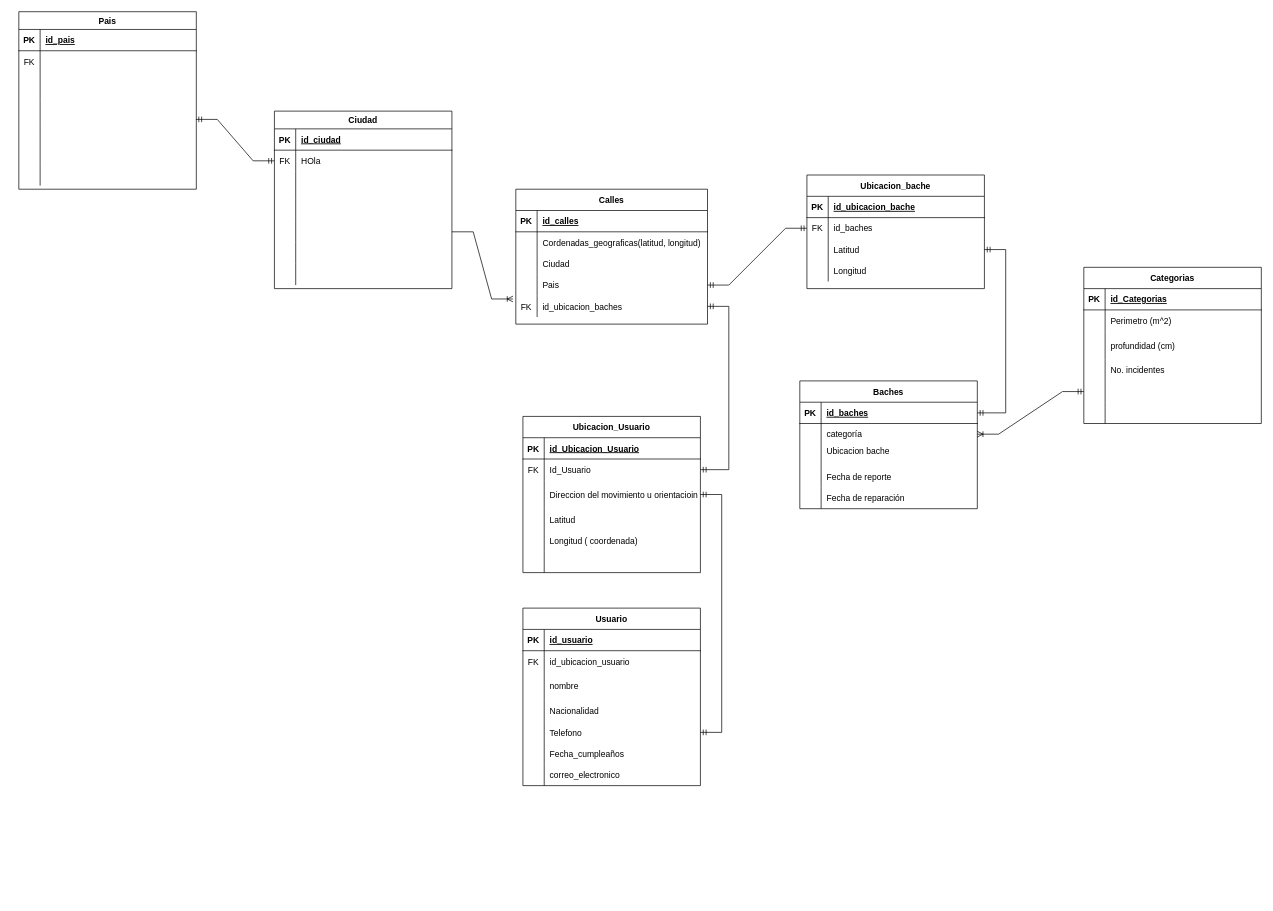
josearpa123/Movilidad-ubanaBD keeps this draw.io diagram as MER/Diagrama sin título.drawio. Above is the earlier version. Source tidied: cells renumbered, new cells numbered last; positions are measured from the earlier drawing's top-left corner, leaving out a move shared by most shapes. Both pictures are drawn from the tidied source at 71%, with x=0, y=0 at pixel (18, 11).
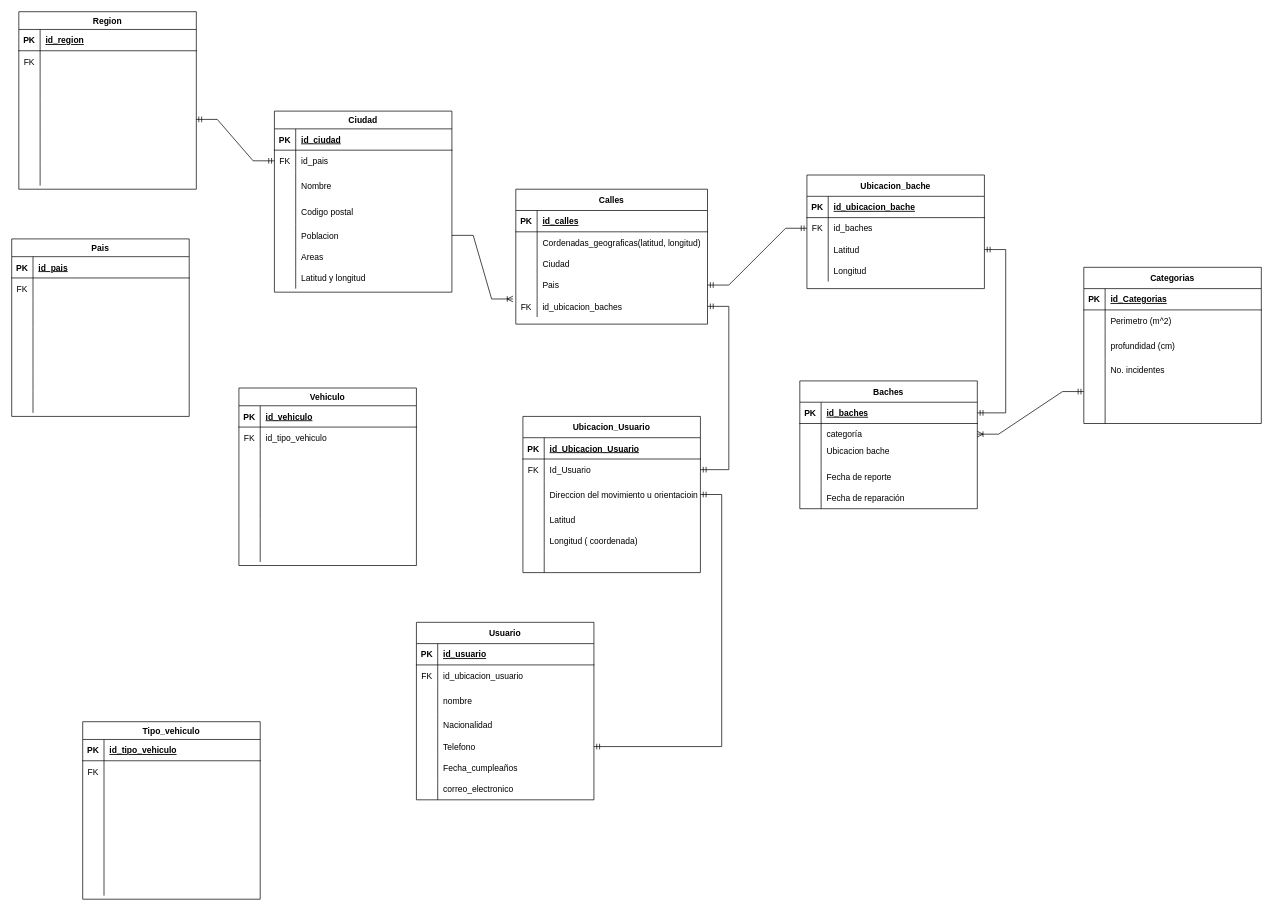
Above is the later version.

Commit message:
Introduccion de nuevas clases

The change refers to these unchanged cells:
```xml
<mxCell id="115" style="shape=partialRectangle;fillColor=none;points=[[0,0.5],[1,0.5]];portConstraint=eastwest;top=0;left=0;right=0;bottom=0;" parent="111" vertex="1">
  <mxGeometry y="55" width="250" height="30" as="geometry" />
</mxCell>
<mxCell id="118" style="shape=partialRectangle;fillColor=none;top=0;left=0;right=0;bottom=0;" parent="111" vertex="1">
  <mxGeometry y="85" width="250" height="40" as="geometry" />
</mxCell>
<mxCell id="134" style="shape=partialRectangle;fillColor=none;top=0;left=0;right=0;bottom=1;" parent="133" vertex="1">
  <mxGeometry y="25" width="250" height="30" as="geometry" />
</mxCell>
```

What changed in the source:
```diff
@@
     <mxCell id="88" value="Usuario" style="shape=table;startSize=30;childLayout=tableLayout;rowLines=0;fontStyle=1;align=center;" parent="1" vertex="1">
-      <mxGeometry x="710" y="840" width="250" height="250" as="geometry" />
+      <mxGeometry x="560" y="860" width="250" height="250" as="geometry" />
     </mxCell>
@@
     <mxCell id="111" value="Ciudad" style="shape=table;startSize=25;childLayout=tableLayout;rowLines=0;fontStyle=1;align=center;" parent="1" vertex="1">
-      <mxGeometry x="360" y="140" width="250" height="250" as="geometry" />
+      <mxGeometry x="360" y="140" width="250" height="255" as="geometry" />
     </mxCell>
@@
-    <mxCell id="117" value="HOla" style="shape=partialRectangle;overflow=hidden;fillColor=none;top=0;left=0;bottom=0;right=0;align=left;spacingLeft=6;" parent="115" vertex="1">
+    <mxCell id="117" value="id_pais" style="shape=partialRectangle;overflow=hidden;fillColor=none;top=0;left=0;bottom=0;right=0;align=left;spacingLeft=6;" parent="115" vertex="1">
       <mxGeometry x="30" width="220" height="30" as="geometry" />
     </mxCell>
@@
-    <mxCell id="120" style="shape=partialRectangle;overflow=hidden;fillColor=none;top=0;left=0;bottom=0;right=0;align=left;spacingLeft=6;" parent="118" vertex="1">
+    <mxCell id="120" value="Nombre" style="shape=partialRectangle;overflow=hidden;fillColor=none;top=0;left=0;bottom=0;right=0;align=left;spacingLeft=6;" parent="118" vertex="1">
       <mxGeometry x="30" width="220" height="40" as="geometry" />
     </mxCell>
     <mxCell id="121" style="shape=partialRectangle;fillColor=none;top=0;left=0;right=0;bottom=0;" parent="111" vertex="1">
-      <mxGeometry y="125" width="250" height="30" as="geometry" />
+      <mxGeometry y="125" width="250" height="35" as="geometry" />
     </mxCell>
     <mxCell id="122" style="shape=partialRectangle;overflow=hidden;fillColor=none;top=0;left=0;bottom=0;right=0;" parent="121" vertex="1">
-      <mxGeometry width="30" height="30" as="geometry" />
+      <mxGeometry width="30" height="35" as="geometry" />
     </mxCell>
-    <mxCell id="123" style="shape=partialRectangle;overflow=hidden;fillColor=none;top=0;left=0;bottom=0;right=0;align=left;spacingLeft=6;" parent="121" vertex="1">
-      <mxGeometry x="30" width="220" height="30" as="geometry" />
+    <mxCell id="123" value="Codigo postal" style="shape=partialRectangle;overflow=hidden;fillColor=none;top=0;left=0;bottom=0;right=0;align=left;spacingLeft=6;" parent="121" vertex="1">
+      <mxGeometry x="30" width="220" height="35" as="geometry" />
     </mxCell>
     <mxCell id="124" style="shape=partialRectangle;fillColor=none;points=[[0,0.5],[1,0.5]];portConstraint=eastwest;top=0;left=0;right=0;bottom=0;" parent="111" vertex="1">
-      <mxGeometry y="155" width="250" height="30" as="geometry" />
+      <mxGeometry y="160" width="250" height="30" as="geometry" />
     </mxCell>
@@
-    <mxCell id="126" style="shape=partialRectangle;overflow=hidden;fillColor=none;top=0;left=0;bottom=0;right=0;align=left;spacingLeft=6;" parent="124" vertex="1">
+    <mxCell id="126" value="Poblacion" style="shape=partialRectangle;overflow=hidden;fillColor=none;top=0;left=0;bottom=0;right=0;align=left;spacingLeft=6;" parent="124" vertex="1">
       <mxGeometry x="30" width="220" height="30" as="geometry" />
     </mxCell>
     <mxCell id="127" style="shape=partialRectangle;fillColor=none;top=0;left=0;right=0;bottom=0;" parent="111" vertex="1">
-      <mxGeometry y="185" width="250" height="30" as="geometry" />
+      <mxGeometry y="190" width="250" height="30" as="geometry" />
     </mxCell>
@@
-    <mxCell id="129" style="shape=partialRectangle;overflow=hidden;fillColor=none;top=0;left=0;bottom=0;right=0;align=left;spacingLeft=6;" parent="127" vertex="1">
+    <mxCell id="129" value="Areas" style="shape=partialRectangle;overflow=hidden;fillColor=none;top=0;left=0;bottom=0;right=0;align=left;spacingLeft=6;" parent="127" vertex="1">
       <mxGeometry x="30" width="220" height="30" as="geometry" />
     </mxCell>
     <mxCell id="130" style="shape=partialRectangle;fillColor=none;top=0;left=0;right=0;bottom=0;" parent="111" vertex="1">
-      <mxGeometry y="215" width="250" height="30" as="geometry" />
+      <mxGeometry y="220" width="250" height="30" as="geometry" />
     </mxCell>
@@
-    <mxCell id="132" style="shape=partialRectangle;overflow=hidden;fillColor=none;top=0;left=0;bottom=0;right=0;align=left;spacingLeft=6;" parent="130" vertex="1">
+    <mxCell id="132" value="Latitud y longitud" style="shape=partialRectangle;overflow=hidden;fillColor=none;top=0;left=0;bottom=0;right=0;align=left;spacingLeft=6;" parent="130" vertex="1">
       <mxGeometry x="30" width="220" height="30" as="geometry" />
     </mxCell>
-    <mxCell id="133" value="Pais" style="shape=table;startSize=25;childLayout=tableLayout;rowLines=0;fontStyle=1;align=center;" parent="1" vertex="1">
+    <mxCell id="133" value="Region" style="shape=table;startSize=25;childLayout=tableLayout;rowLines=0;fontStyle=1;align=center;" parent="1" vertex="1">
       <mxGeometry width="250" height="250" as="geometry" />
     </mxCell>
@@
-    <mxCell id="136" value="id_pais" style="shape=partialRectangle;overflow=hidden;fillColor=none;top=0;left=0;bottom=0;right=0;align=left;spacingLeft=6;fontStyle=5;" parent="134" vertex="1">
+    <mxCell id="136" value="id_region" style="shape=partialRectangle;overflow=hidden;fillColor=none;top=0;left=0;bottom=0;right=0;align=left;spacingLeft=6;fontStyle=5;" parent="134" vertex="1">
       <mxGeometry x="30" width="220" height="30" as="geometry" />
     </mxCell>
@@
+    <mxCell id="158" value="Vehiculo" style="shape=table;startSize=25;childLayout=tableLayout;rowLines=0;fontStyle=1;align=center;" parent="1" vertex="1">
+      <mxGeometry x="310" y="530" width="250" height="250" as="geometry" />
+    </mxCell>
+    <mxCell id="159" style="shape=partialRectangle;fillColor=none;top=0;left=0;right=0;bottom=1;" parent="158" vertex="1">
+      <mxGeometry y="25" width="250" height="30" as="geometry" />
+    </mxCell>
+    <mxCell id="160" value="PK" style="shape=partialRectangle;overflow=hidden;fillColor=none;top=0;left=0;bottom=0;right=0;fontStyle=1;" parent="159" vertex="1">
+      <mxGeometry width="30" height="30" as="geometry" />
+    </mxCell>
+    <mxCell id="161" value="id_vehiculo" style="shape=partialRectangle;overflow=hidden;fillColor=none;top=0;left=0;bottom=0;right=0;align=left;spacingLeft=6;fontStyle=5;" parent="159" vertex="1">
+      <mxGeometry x="30" width="220" height="30" as="geometry" />
+    </mxCell>
+    <mxCell id="162" style="shape=partialRectangle;fillColor=none;top=0;left=0;right=0;bottom=0;" parent="158" vertex="1">
+      <mxGeometry y="55" width="250" height="30" as="geometry" />
+    </mxCell>
+    <mxCell id="163" value="FK" style="shape=partialRectangle;overflow=hidden;fillColor=none;top=0;left=0;bottom=0;right=0;" parent="162" vertex="1">
+      <mxGeometry width="30" height="30" as="geometry" />
+    </mxCell>
+    <mxCell id="164" value="id_tipo_vehiculo" style="shape=partialRectangle;overflow=hidden;fillColor=none;top=0;left=0;bottom=0;right=0;align=left;spacingLeft=6;" parent="162" vertex="1">
+      <mxGeometry x="30" width="220" height="30" as="geometry" />
+    </mxCell>
+    <mxCell id="165" style="shape=partialRectangle;fillColor=none;top=0;left=0;right=0;bottom=0;" parent="158" vertex="1">
+      <mxGeometry y="85" width="250" height="40" as="geometry" />
+    </mxCell>
+    <mxCell id="166" style="shape=partialRectangle;overflow=hidden;fillColor=none;top=0;left=0;bottom=0;right=0;" parent="165" vertex="1">
+      <mxGeometry width="30" height="40" as="geometry" />
+    </mxCell>
+    <mxCell id="167" style="shape=partialRectangle;overflow=hidden;fillColor=none;top=0;left=0;bottom=0;right=0;align=left;spacingLeft=6;" parent="165" vertex="1">
+      <mxGeometry x="30" width="220" height="40" as="geometry" />
+    </mxCell>
+    <mxCell id="168" style="shape=partialRectangle;fillColor=none;top=0;left=0;right=0;bottom=0;" parent="158" vertex="1">
+      <mxGeometry y="125" width="250" height="30" as="geometry" />
+    </mxCell>
+    <mxCell id="169" style="shape=partialRectangle;overflow=hidden;fillColor=none;top=0;left=0;bottom=0;right=0;" parent="168" vertex="1">
+      <mxGeometry width="30" height="30" as="geometry" />
+    </mxCell>
+    <mxCell id="170" style="shape=partialRectangle;overflow=hidden;fillColor=none;top=0;left=0;bottom=0;right=0;align=left;spacingLeft=6;" parent="168" vertex="1">
+      <mxGeometry x="30" width="220" height="30" as="geometry" />
+    </mxCell>
+    <mxCell id="171" style="shape=partialRectangle;fillColor=none;top=0;left=0;right=0;bottom=0;" parent="158" vertex="1">
+      <mxGeometry y="155" width="250" height="30" as="geometry" />
+    </mxCell>
+    <mxCell id="172" style="shape=partialRectangle;overflow=hidden;fillColor=none;top=0;left=0;bottom=0;right=0;" parent="171" vertex="1">
+      <mxGeometry width="30" height="30" as="geometry" />
+    </mxCell>
+    <mxCell id="173" style="shape=partialRectangle;overflow=hidden;fillColor=none;top=0;left=0;bottom=0;right=0;align=left;spacingLeft=6;" parent="171" vertex="1">
+      <mxGeometry x="30" width="220" height="30" as="geometry" />
+    </mxCell>
+    <mxCell id="174" style="shape=partialRectangle;fillColor=none;top=0;left=0;right=0;bottom=0;" parent="158" vertex="1">
+      <mxGeometry y="185" width="250" height="30" as="geometry" />
+    </mxCell>
+    <mxCell id="175" style="shape=partialRectangle;overflow=hidden;fillColor=none;top=0;left=0;bottom=0;right=0;" parent="174" vertex="1">
+      <mxGeometry width="30" height="30" as="geometry" />
+    </mxCell>
+    <mxCell id="176" style="shape=partialRectangle;overflow=hidden;fillColor=none;top=0;left=0;bottom=0;right=0;align=left;spacingLeft=6;" parent="174" vertex="1">
+      <mxGeometry x="30" width="220" height="30" as="geometry" />
+    </mxCell>
+    <mxCell id="177" style="shape=partialRectangle;fillColor=none;top=0;left=0;right=0;bottom=0;" parent="158" vertex="1">
+      <mxGeometry y="215" width="250" height="30" as="geometry" />
+    </mxCell>
+    <mxCell id="178" style="shape=partialRectangle;overflow=hidden;fillColor=none;top=0;left=0;bottom=0;right=0;" parent="177" vertex="1">
+      <mxGeometry width="30" height="30" as="geometry" />
+    </mxCell>
+    <mxCell id="179" style="shape=partialRectangle;overflow=hidden;fillColor=none;top=0;left=0;bottom=0;right=0;align=left;spacingLeft=6;" parent="177" vertex="1">
+      <mxGeometry x="30" width="220" height="30" as="geometry" />
+    </mxCell>
+    <mxCell id="180" value="Tipo_vehiculo" style="shape=table;startSize=25;childLayout=tableLayout;rowLines=0;fontStyle=1;align=center;" parent="1" vertex="1">
+      <mxGeometry x="90" y="1000" width="250" height="250" as="geometry" />
+    </mxCell>
+    <mxCell id="181" style="shape=partialRectangle;fillColor=none;top=0;left=0;right=0;bottom=1;" parent="180" vertex="1">
+      <mxGeometry y="25" width="250" height="30" as="geometry" />
+    </mxCell>
+    <mxCell id="182" value="PK" style="shape=partialRectangle;overflow=hidden;fillColor=none;top=0;left=0;bottom=0;right=0;fontStyle=1;" parent="181" vertex="1">
+      <mxGeometry width="30" height="30" as="geometry" />
+    </mxCell>
+    <mxCell id="183" value="id_tipo_vehiculo" style="shape=partialRectangle;overflow=hidden;fillColor=none;top=0;left=0;bottom=0;right=0;align=left;spacingLeft=6;fontStyle=5;" parent="181" vertex="1">
+      <mxGeometry x="30" width="220" height="30" as="geometry" />
+    </mxCell>
+    <mxCell id="184" style="shape=partialRectangle;fillColor=none;top=0;left=0;right=0;bottom=0;" parent="180" vertex="1">
+      <mxGeometry y="55" width="250" height="30" as="geometry" />
+    </mxCell>
+    <mxCell id="185" value="FK" style="shape=partialRectangle;overflow=hidden;fillColor=none;top=0;left=0;bottom=0;right=0;" parent="184" vertex="1">
+      <mxGeometry width="30" height="30" as="geometry" />
+    </mxCell>
+    <mxCell id="186" style="shape=partialRectangle;overflow=hidden;fillColor=none;top=0;left=0;bottom=0;right=0;align=left;spacingLeft=6;" parent="184" vertex="1">
+      <mxGeometry x="30" width="220" height="30" as="geometry" />
+    </mxCell>
+    <mxCell id="187" style="shape=partialRectangle;fillColor=none;top=0;left=0;right=0;bottom=0;" parent="180" vertex="1">
+      <mxGeometry y="85" width="250" height="40" as="geometry" />
+    </mxCell>
+    <mxCell id="188" style="shape=partialRectangle;overflow=hidden;fillColor=none;top=0;left=0;bottom=0;right=0;" parent="187" vertex="1">
+      <mxGeometry width="30" height="40" as="geometry" />
+    </mxCell>
+    <mxCell id="189" style="shape=partialRectangle;overflow=hidden;fillColor=none;top=0;left=0;bottom=0;right=0;align=left;spacingLeft=6;" parent="187" vertex="1">
+      <mxGeometry x="30" width="220" height="40" as="geometry" />
+    </mxCell>
+    <mxCell id="190" style="shape=partialRectangle;fillColor=none;top=0;left=0;right=0;bottom=0;" parent="180" vertex="1">
+      <mxGeometry y="125" width="250" height="30" as="geometry" />
+    </mxCell>
+    <mxCell id="191" style="shape=partialRectangle;overflow=hidden;fillColor=none;top=0;left=0;bottom=0;right=0;" parent="190" vertex="1">
+      <mxGeometry width="30" height="30" as="geometry" />
+    </mxCell>
+    <mxCell id="192" style="shape=partialRectangle;overflow=hidden;fillColor=none;top=0;left=0;bottom=0;right=0;align=left;spacingLeft=6;" parent="190" vertex="1">
+      <mxGeometry x="30" width="220" height="30" as="geometry" />
+    </mxCell>
+    <mxCell id="193" style="shape=partialRectangle;fillColor=none;top=0;left=0;right=0;bottom=0;" parent="180" vertex="1">
+      <mxGeometry y="155" width="250" height="30" as="geometry" />
+    </mxCell>
+    <mxCell id="194" style="shape=partialRectangle;overflow=hidden;fillColor=none;top=0;left=0;bottom=0;right=0;" parent="193" vertex="1">
+      <mxGeometry width="30" height="30" as="geometry" />
+    </mxCell>
+    <mxCell id="195" style="shape=partialRectangle;overflow=hidden;fillColor=none;top=0;left=0;bottom=0;right=0;align=left;spacingLeft=6;" parent="193" vertex="1">
+      <mxGeometry x="30" width="220" height="30" as="geometry" />
+    </mxCell>
+    <mxCell id="196" style="shape=partialRectangle;fillColor=none;top=0;left=0;right=0;bottom=0;" parent="180" vertex="1">
+      <mxGeometry y="185" width="250" height="30" as="geometry" />
+    </mxCell>
+    <mxCell id="197" style="shape=partialRectangle;overflow=hidden;fillColor=none;top=0;left=0;bottom=0;right=0;" parent="196" vertex="1">
+      <mxGeometry width="30" height="30" as="geometry" />
+    </mxCell>
+    <mxCell id="198" style="shape=partialRectangle;overflow=hidden;fillColor=none;top=0;left=0;bottom=0;right=0;align=left;spacingLeft=6;" parent="196" vertex="1">
+      <mxGeometry x="30" width="220" height="30" as="geometry" />
+    </mxCell>
+    <mxCell id="199" style="shape=partialRectangle;fillColor=none;top=0;left=0;right=0;bottom=0;" parent="180" vertex="1">
+      <mxGeometry y="215" width="250" height="30" as="geometry" />
+    </mxCell>
+    <mxCell id="200" style="shape=partialRectangle;overflow=hidden;fillColor=none;top=0;left=0;bottom=0;right=0;" parent="199" vertex="1">
+      <mxGeometry width="30" height="30" as="geometry" />
+    </mxCell>
+    <mxCell id="201" style="shape=partialRectangle;overflow=hidden;fillColor=none;top=0;left=0;bottom=0;right=0;align=left;spacingLeft=6;" parent="199" vertex="1">
+      <mxGeometry x="30" width="220" height="30" as="geometry" />
+    </mxCell>
+    <mxCell id="202" value="Pais" style="shape=table;startSize=25;childLayout=tableLayout;rowLines=0;fontStyle=1;align=center;" parent="1" vertex="1">
+      <mxGeometry x="-10" y="320" width="250" height="250" as="geometry" />
+    </mxCell>
+    <mxCell id="203" style="shape=partialRectangle;fillColor=none;top=0;left=0;right=0;bottom=1;" parent="202" vertex="1">
+      <mxGeometry y="25" width="250" height="30" as="geometry" />
+    </mxCell>
+    <mxCell id="204" value="PK" style="shape=partialRectangle;overflow=hidden;fillColor=none;top=0;left=0;bottom=0;right=0;fontStyle=1;" parent="203" vertex="1">
+      <mxGeometry width="30" height="30" as="geometry" />
+    </mxCell>
+    <mxCell id="205" value="id_pais" style="shape=partialRectangle;overflow=hidden;fillColor=none;top=0;left=0;bottom=0;right=0;align=left;spacingLeft=6;fontStyle=5;" parent="203" vertex="1">
+      <mxGeometry x="30" width="220" height="30" as="geometry" />
+    </mxCell>
+    <mxCell id="206" style="shape=partialRectangle;fillColor=none;top=0;left=0;right=0;bottom=0;" parent="202" vertex="1">
+      <mxGeometry y="55" width="250" height="30" as="geometry" />
+    </mxCell>
+    <mxCell id="207" value="FK" style="shape=partialRectangle;overflow=hidden;fillColor=none;top=0;left=0;bottom=0;right=0;" parent="206" vertex="1">
+      <mxGeometry width="30" height="30" as="geometry" />
+    </mxCell>
+    <mxCell id="208" style="shape=partialRectangle;overflow=hidden;fillColor=none;top=0;left=0;bottom=0;right=0;align=left;spacingLeft=6;" parent="206" vertex="1">
+      <mxGeometry x="30" width="220" height="30" as="geometry" />
+    </mxCell>
+    <mxCell id="209" style="shape=partialRectangle;fillColor=none;top=0;left=0;right=0;bottom=0;" parent="202" vertex="1">
+      <mxGeometry y="85" width="250" height="40" as="geometry" />
+    </mxCell>
+    <mxCell id="210" style="shape=partialRectangle;overflow=hidden;fillColor=none;top=0;left=0;bottom=0;right=0;" parent="209" vertex="1">
+      <mxGeometry width="30" height="40" as="geometry" />
+    </mxCell>
+    <mxCell id="211" style="shape=partialRectangle;overflow=hidden;fillColor=none;top=0;left=0;bottom=0;right=0;align=left;spacingLeft=6;" parent="209" vertex="1">
+      <mxGeometry x="30" width="220" height="40" as="geometry" />
+    </mxCell>
+    <mxCell id="212" style="shape=partialRectangle;fillColor=none;top=0;left=0;right=0;bottom=0;" parent="202" vertex="1">
+      <mxGeometry y="125" width="250" height="30" as="geometry" />
+    </mxCell>
+    <mxCell id="213" style="shape=partialRectangle;overflow=hidden;fillColor=none;top=0;left=0;bottom=0;right=0;" parent="212" vertex="1">
+      <mxGeometry width="30" height="30" as="geometry" />
+    </mxCell>
+    <mxCell id="214" style="shape=partialRectangle;overflow=hidden;fillColor=none;top=0;left=0;bottom=0;right=0;align=left;spacingLeft=6;" parent="212" vertex="1">
+      <mxGeometry x="30" width="220" height="30" as="geometry" />
+    </mxCell>
+    <mxCell id="215" style="shape=partialRectangle;fillColor=none;top=0;left=0;right=0;bottom=0;" parent="202" vertex="1">
+      <mxGeometry y="155" width="250" height="30" as="geometry" />
+    </mxCell>
+    <mxCell id="216" style="shape=partialRectangle;overflow=hidden;fillColor=none;top=0;left=0;bottom=0;right=0;" parent="215" vertex="1">
+      <mxGeometry width="30" height="30" as="geometry" />
+    </mxCell>
+    <mxCell id="217" style="shape=partialRectangle;overflow=hidden;fillColor=none;top=0;left=0;bottom=0;right=0;align=left;spacingLeft=6;" parent="215" vertex="1">
+      <mxGeometry x="30" width="220" height="30" as="geometry" />
+    </mxCell>
+    <mxCell id="218" style="shape=partialRectangle;fillColor=none;top=0;left=0;right=0;bottom=0;" parent="202" vertex="1">
+      <mxGeometry y="185" width="250" height="30" as="geometry" />
+    </mxCell>
+    <mxCell id="219" style="shape=partialRectangle;overflow=hidden;fillColor=none;top=0;left=0;bottom=0;right=0;" parent="218" vertex="1">
+      <mxGeometry width="30" height="30" as="geometry" />
+    </mxCell>
+    <mxCell id="220" style="shape=partialRectangle;overflow=hidden;fillColor=none;top=0;left=0;bottom=0;right=0;align=left;spacingLeft=6;" parent="218" vertex="1">
+      <mxGeometry x="30" width="220" height="30" as="geometry" />
+    </mxCell>
+    <mxCell id="221" style="shape=partialRectangle;fillColor=none;top=0;left=0;right=0;bottom=0;" parent="202" vertex="1">
+      <mxGeometry y="215" width="250" height="30" as="geometry" />
+    </mxCell>
+    <mxCell id="222" style="shape=partialRectangle;overflow=hidden;fillColor=none;top=0;left=0;bottom=0;right=0;" parent="221" vertex="1">
+      <mxGeometry width="30" height="30" as="geometry" />
+    </mxCell>
+    <mxCell id="223" style="shape=partialRectangle;overflow=hidden;fillColor=none;top=0;left=0;bottom=0;right=0;align=left;spacingLeft=6;" parent="221" vertex="1">
+      <mxGeometry x="30" width="220" height="30" as="geometry" />
+    </mxCell>
```
